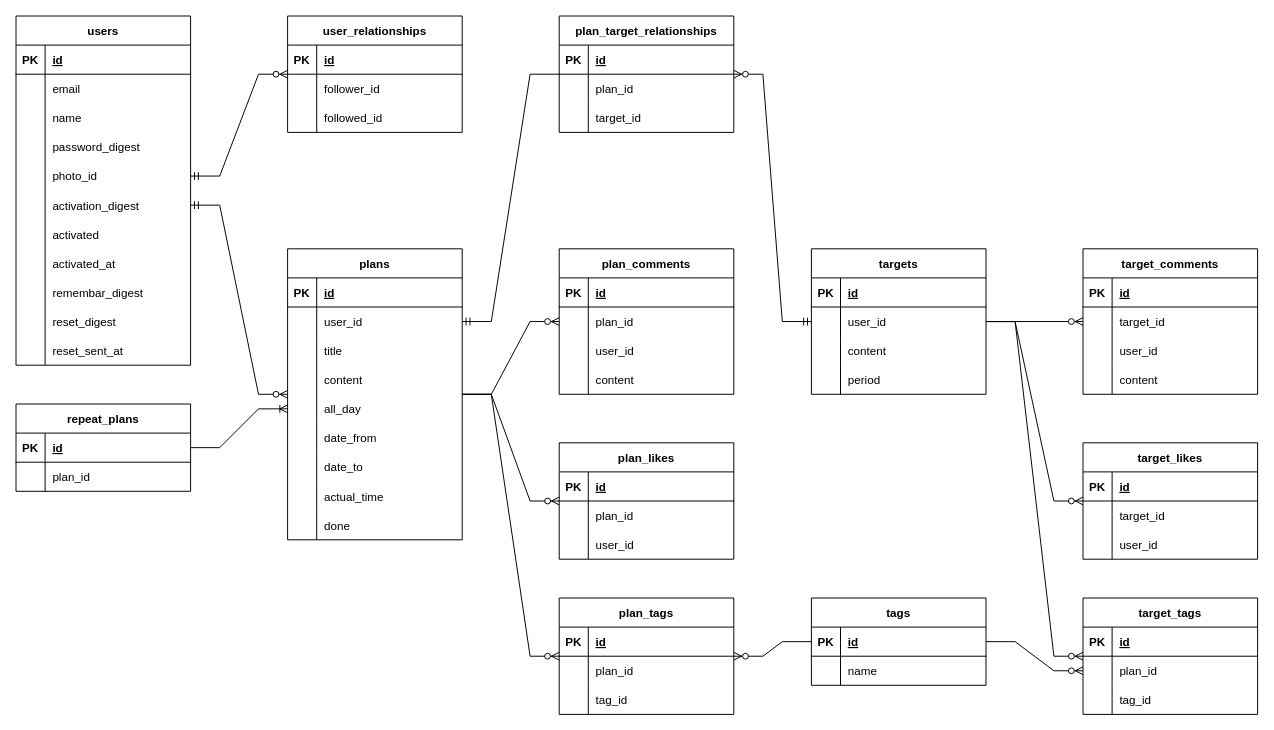
This is drawio/er.drawio from ktr11/booster-doc, a draw.io file, before an edit. Source tidied: cells renumbered, new cells numbered last; positions are measured from the earlier drawing's top-left corner, leaving out a move shared by most shapes. Both pictures are drawn from the tidied source at 97%, with x=0, y=0 at pixel (16, 16).
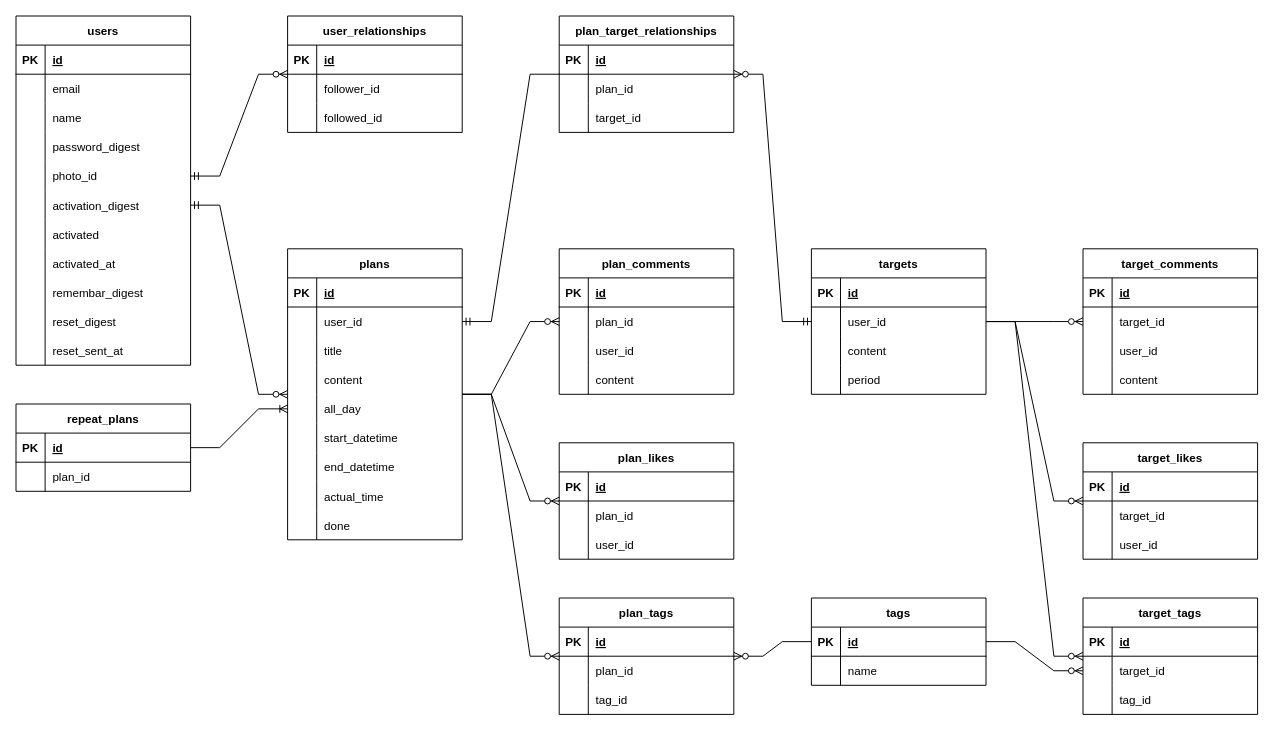
Above is the later version.

Commit message:
er.drawio を更新します

The change refers to these unchanged cells:
```xml
<mxCell id="63" style="shape=tableRow;horizontal=0;startSize=0;swimlaneHead=0;swimlaneBody=0;fillColor=none;top=0;left=0;right=0;bottom=0;" parent="47" vertex="1">
  <mxGeometry y="180" width="180" height="30" as="geometry" />
</mxCell>
<mxCell id="66" style="shape=tableRow;horizontal=0;startSize=0;swimlaneHead=0;swimlaneBody=0;fillColor=none;top=0;left=0;right=0;bottom=0;" parent="47" vertex="1">
  <mxGeometry y="210" width="180" height="30" as="geometry" />
</mxCell>
<mxCell id="157" style="shape=tableRow;horizontal=0;startSize=0;swimlaneHead=0;swimlaneBody=0;fillColor=none;points=[[0,0.5],[1,0.5]];portConstraint=eastwest;top=0;left=0;right=0;bottom=0;" parent="153" vertex="1">
  <mxGeometry y="60" width="180" height="30" as="geometry" />
</mxCell>
```

Change to the diagram source:
```diff
@@
-    <mxCell id="65" value="date_from" style="shape=partialRectangle;fillColor=none;top=0;left=0;bottom=0;right=0;align=left;spacingLeft=6;overflow=hidden;" parent="63" vertex="1">
+    <mxCell id="65" value="start_datetime" style="shape=partialRectangle;fillColor=none;top=0;left=0;bottom=0;right=0;align=left;spacingLeft=6;overflow=hidden;" parent="63" vertex="1">
       <mxGeometry x="30" width="150" height="30" as="geometry" />
     </mxCell>
@@
-    <mxCell id="68" value="date_to" style="shape=partialRectangle;fillColor=none;top=0;left=0;bottom=0;right=0;align=left;spacingLeft=6;overflow=hidden;" parent="66" vertex="1">
+    <mxCell id="68" value="end_datetime" style="shape=partialRectangle;fillColor=none;top=0;left=0;bottom=0;right=0;align=left;spacingLeft=6;overflow=hidden;" parent="66" vertex="1">
       <mxGeometry x="30" width="150" height="30" as="geometry" />
     </mxCell>
@@
-    <mxCell id="159" value="plan_id" style="shape=partialRectangle;fillColor=none;top=0;left=0;bottom=0;right=0;align=left;spacingLeft=6;overflow=hidden;" parent="157" vertex="1">
+    <mxCell id="159" value="target_id" style="shape=partialRectangle;fillColor=none;top=0;left=0;bottom=0;right=0;align=left;spacingLeft=6;overflow=hidden;" parent="157" vertex="1">
       <mxGeometry x="30" width="150" height="30" as="geometry" />
     </mxCell>
```
